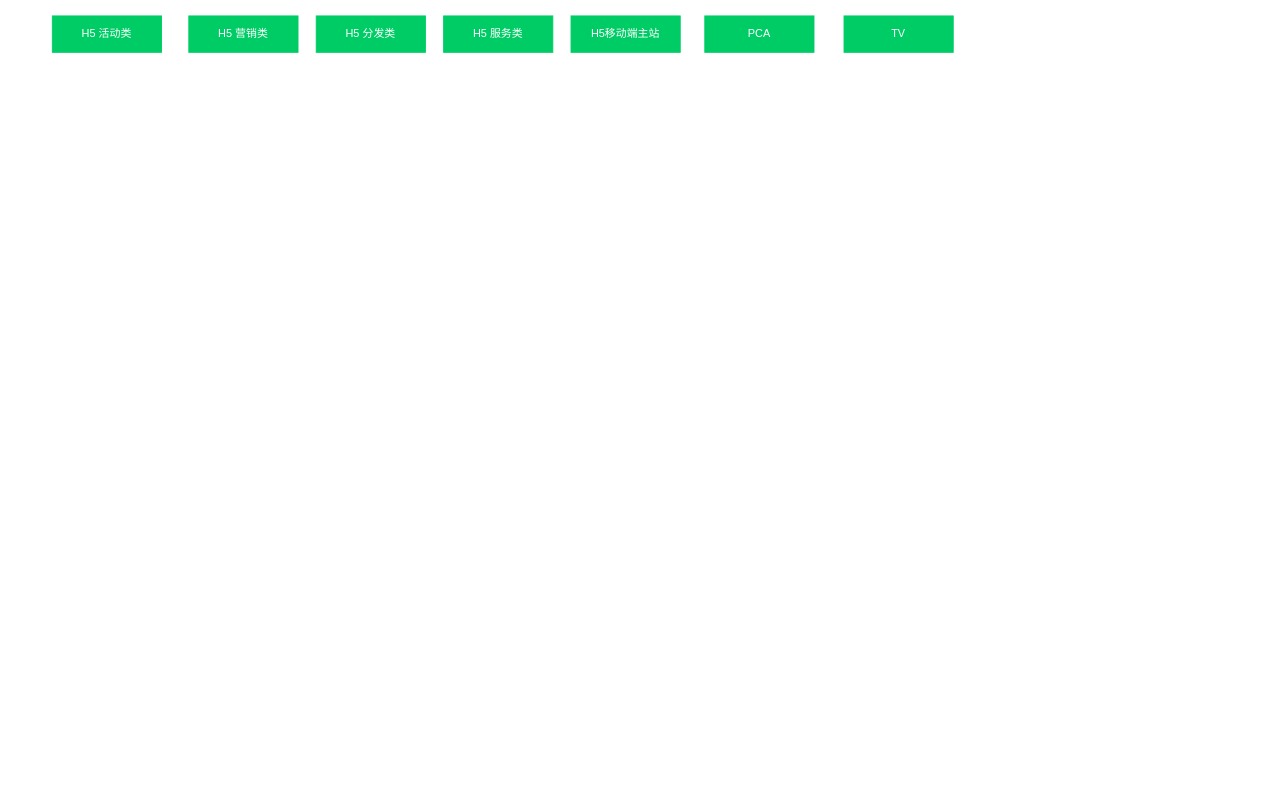
fedorjia/draw-io-files keeps this draw.io diagram as Untitled Diagram.drawio. Above is the earlier version. Source tidied: cells renumbered, new cells numbered last; positions are measured from the earlier drawing's top-left corner, leaving out a move shared by most shapes. Both pictures are drawn from the tidied source at 91%, with x=0, y=0 at pixel (52, 15).
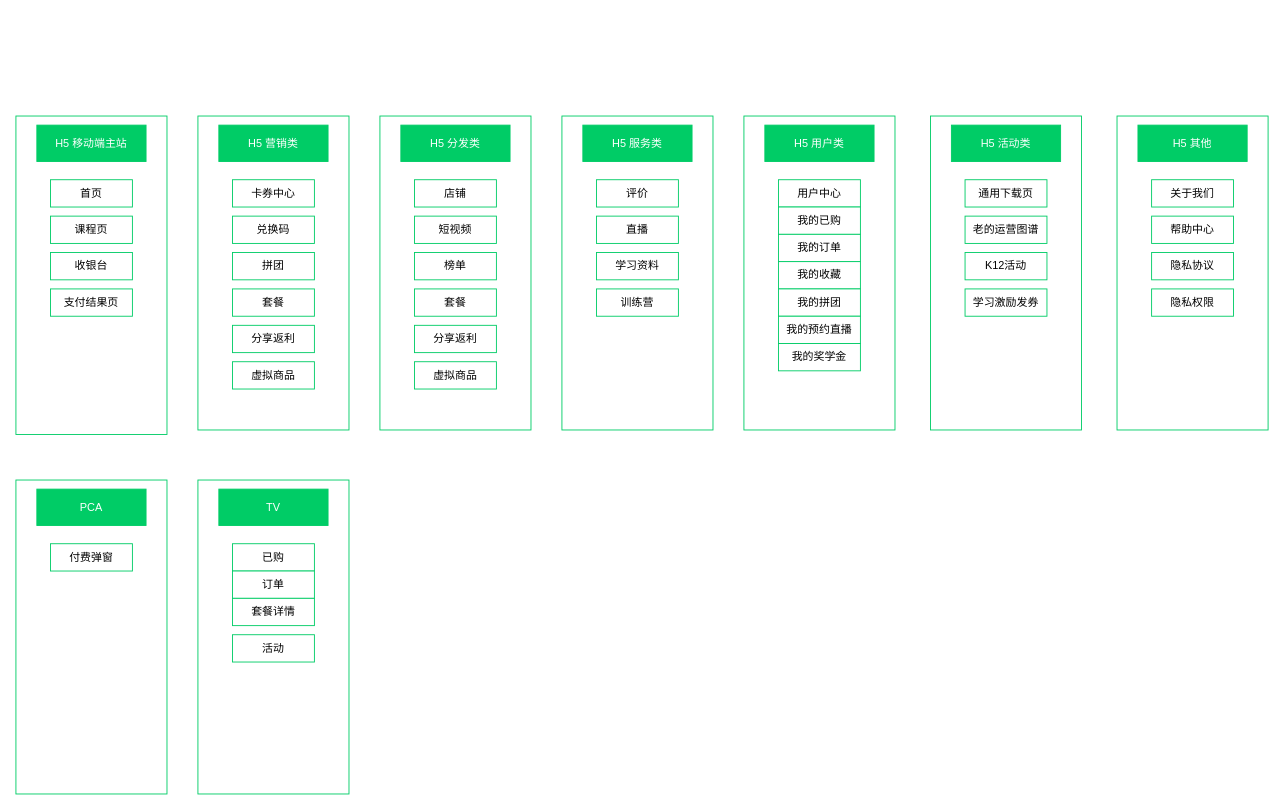
The same page after the edit.

Diff of the diagram source:
```diff
@@
+    <mxCell id="9" style="rounded=0;whiteSpace=wrap;html=1;strokeColor=#00CC66;fillColor=#FFFFFF;" parent="1" vertex="1">
+      <mxGeometry x="-40" y="110" width="166" height="350" as="geometry" />
+    </mxCell>
-    <mxCell id="2" value="&lt;font color=&quot;#ffffff&quot;&gt;H5 活动类&lt;/font&gt;" style="rounded=0;whiteSpace=wrap;html=1;strokeColor=#00CC66;fillColor=#00CC66;" parent="1" vertex="1">
-      <mxGeometry width="120" height="40" as="geometry" />
+    <mxCell id="2" value="&lt;font color=&quot;#ffffff&quot;&gt;H5 移动端主站&lt;/font&gt;" style="rounded=0;whiteSpace=wrap;html=1;strokeColor=#00CC66;fillColor=#00CC66;" parent="1" vertex="1">
+      <mxGeometry x="-17" y="120" width="120" height="40" as="geometry" />
     </mxCell>
+    <mxCell id="10" style="rounded=0;whiteSpace=wrap;html=1;strokeColor=#00CC66;fillColor=#FFFFFF;" parent="1" vertex="1">
+      <mxGeometry x="160" y="110" width="166" height="345" as="geometry" />
+    </mxCell>
-    <mxCell id="3" value="&lt;font color=&quot;#ffffff&quot;&gt;H5 营销类&lt;/font&gt;" style="rounded=0;whiteSpace=wrap;html=1;strokeColor=#00CC66;fillColor=#00CC66;" parent="1" vertex="1">
-      <mxGeometry x="150" width="120" height="40" as="geometry" />
+    <mxCell id="3" value="&lt;span style=&quot;color: rgb(255 , 255 , 255)&quot;&gt;H5 营销类&lt;/span&gt;" style="rounded=0;whiteSpace=wrap;html=1;strokeColor=#00CC66;fillColor=#00CC66;" parent="1" vertex="1">
+      <mxGeometry x="183" y="120" width="120" height="40" as="geometry" />
     </mxCell>
+    <mxCell id="11" value="卡券中心" style="rounded=0;whiteSpace=wrap;html=1;strokeColor=#00CC66;fillColor=#FFFFFF;" parent="1" vertex="1">
+      <mxGeometry x="198" y="180" width="90" height="30" as="geometry" />
+    </mxCell>
+    <mxCell id="12" value="兑换码" style="rounded=0;whiteSpace=wrap;html=1;strokeColor=#00CC66;fillColor=#FFFFFF;" parent="1" vertex="1">
+      <mxGeometry x="198" y="220" width="90" height="30" as="geometry" />
+    </mxCell>
+    <mxCell id="13" value="拼团" style="rounded=0;whiteSpace=wrap;html=1;strokeColor=#00CC66;fillColor=#FFFFFF;" parent="1" vertex="1">
+      <mxGeometry x="198" y="260" width="90" height="30" as="geometry" />
+    </mxCell>
+    <mxCell id="14" value="套餐" style="rounded=0;whiteSpace=wrap;html=1;strokeColor=#00CC66;fillColor=#FFFFFF;" parent="1" vertex="1">
+      <mxGeometry x="198" y="300" width="90" height="30" as="geometry" />
+    </mxCell>
+    <mxCell id="15" value="分享返利" style="rounded=0;whiteSpace=wrap;html=1;strokeColor=#00CC66;fillColor=#FFFFFF;" parent="1" vertex="1">
+      <mxGeometry x="198" y="340" width="90" height="30" as="geometry" />
+    </mxCell>
+    <mxCell id="16" value="虚拟商品" style="rounded=0;whiteSpace=wrap;html=1;strokeColor=#00CC66;fillColor=#FFFFFF;" parent="1" vertex="1">
+      <mxGeometry x="198" y="380" width="90" height="30" as="geometry" />
+    </mxCell>
+    <mxCell id="17" style="rounded=0;whiteSpace=wrap;html=1;strokeColor=#00CC66;fillColor=#FFFFFF;" parent="1" vertex="1">
+      <mxGeometry x="360" y="110" width="166" height="345" as="geometry" />
+    </mxCell>
-    <mxCell id="4" value="&lt;font color=&quot;#ffffff&quot;&gt;H5 分发类&lt;/font&gt;" style="rounded=0;whiteSpace=wrap;html=1;strokeColor=#00CC66;fillColor=#00CC66;" parent="1" vertex="1">
-      <mxGeometry x="290" width="120" height="40" as="geometry" />
+    <mxCell id="4" value="&lt;span style=&quot;color: rgb(255 , 255 , 255)&quot;&gt;H5 分发类&lt;/span&gt;" style="rounded=0;whiteSpace=wrap;html=1;strokeColor=#00CC66;fillColor=#00CC66;" parent="1" vertex="1">
+      <mxGeometry x="383" y="120" width="120" height="40" as="geometry" />
     </mxCell>
+    <mxCell id="18" value="店铺" style="rounded=0;whiteSpace=wrap;html=1;strokeColor=#00CC66;fillColor=#FFFFFF;" parent="1" vertex="1">
+      <mxGeometry x="398" y="180" width="90" height="30" as="geometry" />
+    </mxCell>
+    <mxCell id="19" value="短视频" style="rounded=0;whiteSpace=wrap;html=1;strokeColor=#00CC66;fillColor=#FFFFFF;" parent="1" vertex="1">
+      <mxGeometry x="398" y="220" width="90" height="30" as="geometry" />
+    </mxCell>
+    <mxCell id="20" value="榜单" style="rounded=0;whiteSpace=wrap;html=1;strokeColor=#00CC66;fillColor=#FFFFFF;" parent="1" vertex="1">
+      <mxGeometry x="398" y="260" width="90" height="30" as="geometry" />
+    </mxCell>
+    <mxCell id="21" value="套餐" style="rounded=0;whiteSpace=wrap;html=1;strokeColor=#00CC66;fillColor=#FFFFFF;" parent="1" vertex="1">
+      <mxGeometry x="398" y="300" width="90" height="30" as="geometry" />
+    </mxCell>
+    <mxCell id="22" value="分享返利" style="rounded=0;whiteSpace=wrap;html=1;strokeColor=#00CC66;fillColor=#FFFFFF;" parent="1" vertex="1">
+      <mxGeometry x="398" y="340" width="90" height="30" as="geometry" />
+    </mxCell>
+    <mxCell id="23" value="虚拟商品" style="rounded=0;whiteSpace=wrap;html=1;strokeColor=#00CC66;fillColor=#FFFFFF;" parent="1" vertex="1">
+      <mxGeometry x="398" y="380" width="90" height="30" as="geometry" />
+    </mxCell>
+    <mxCell id="24" style="rounded=0;whiteSpace=wrap;html=1;strokeColor=#00CC66;fillColor=#FFFFFF;" parent="1" vertex="1">
+      <mxGeometry x="1170" y="110" width="166" height="345" as="geometry" />
+    </mxCell>
+    <mxCell id="25" value="&lt;span style=&quot;color: rgb(255 , 255 , 255)&quot;&gt;H5 其他&lt;/span&gt;" style="rounded=0;whiteSpace=wrap;html=1;strokeColor=#00CC66;fillColor=#00CC66;" parent="1" vertex="1">
+      <mxGeometry x="1193" y="120" width="120" height="40" as="geometry" />
+    </mxCell>
+    <mxCell id="26" value="关于我们" style="rounded=0;whiteSpace=wrap;html=1;strokeColor=#00CC66;fillColor=#FFFFFF;" parent="1" vertex="1">
+      <mxGeometry x="1208" y="180" width="90" height="30" as="geometry" />
+    </mxCell>
+    <mxCell id="27" value="帮助中心" style="rounded=0;whiteSpace=wrap;html=1;strokeColor=#00CC66;fillColor=#FFFFFF;" parent="1" vertex="1">
+      <mxGeometry x="1208" y="220" width="90" height="30" as="geometry" />
+    </mxCell>
+    <mxCell id="28" value="隐私协议" style="rounded=0;whiteSpace=wrap;html=1;strokeColor=#00CC66;fillColor=#FFFFFF;" parent="1" vertex="1">
+      <mxGeometry x="1208" y="260" width="90" height="30" as="geometry" />
+    </mxCell>
+    <mxCell id="29" value="隐私权限" style="rounded=0;whiteSpace=wrap;html=1;strokeColor=#00CC66;fillColor=#FFFFFF;" parent="1" vertex="1">
+      <mxGeometry x="1208" y="300" width="90" height="30" as="geometry" />
+    </mxCell>
+    <mxCell id="30" style="rounded=0;whiteSpace=wrap;html=1;strokeColor=#00CC66;fillColor=#FFFFFF;" parent="1" vertex="1">
+      <mxGeometry x="560" y="110" width="166" height="345" as="geometry" />
+    </mxCell>
-    <mxCell id="5" value="&lt;font color=&quot;#ffffff&quot;&gt;H5 服务类&lt;/font&gt;" style="rounded=0;whiteSpace=wrap;html=1;strokeColor=#00CC66;fillColor=#00CC66;" parent="1" vertex="1">
-      <mxGeometry x="430" width="120" height="40" as="geometry" />
+    <mxCell id="5" value="&lt;span style=&quot;color: rgb(255 , 255 , 255)&quot;&gt;H5 服务类&lt;/span&gt;" style="rounded=0;whiteSpace=wrap;html=1;strokeColor=#00CC66;fillColor=#00CC66;" parent="1" vertex="1">
+      <mxGeometry x="583" y="120" width="120" height="40" as="geometry" />
     </mxCell>
-    <mxCell id="6" value="&lt;font color=&quot;#ffffff&quot;&gt;H5移动端主站&lt;/font&gt;" style="rounded=0;whiteSpace=wrap;html=1;strokeColor=#00CC66;fillColor=#00CC66;" parent="1" vertex="1">
-      <mxGeometry x="570" width="120" height="40" as="geometry" />
-    </mxCell>
+    <mxCell id="31" value="评价" style="rounded=0;whiteSpace=wrap;html=1;strokeColor=#00CC66;fillColor=#FFFFFF;" parent="1" vertex="1">
+      <mxGeometry x="598" y="180" width="90" height="30" as="geometry" />
+    </mxCell>
+    <mxCell id="32" value="直播" style="rounded=0;whiteSpace=wrap;html=1;strokeColor=#00CC66;fillColor=#FFFFFF;" parent="1" vertex="1">
+      <mxGeometry x="598" y="220" width="90" height="30" as="geometry" />
+    </mxCell>
+    <mxCell id="33" value="学习资料" style="rounded=0;whiteSpace=wrap;html=1;strokeColor=#00CC66;fillColor=#FFFFFF;" parent="1" vertex="1">
+      <mxGeometry x="598" y="260" width="90" height="30" as="geometry" />
+    </mxCell>
+    <mxCell id="34" value="训练营" style="rounded=0;whiteSpace=wrap;html=1;strokeColor=#00CC66;fillColor=#FFFFFF;" parent="1" vertex="1">
+      <mxGeometry x="598" y="300" width="90" height="30" as="geometry" />
+    </mxCell>
+    <mxCell id="35" style="rounded=0;whiteSpace=wrap;html=1;strokeColor=#00CC66;fillColor=#FFFFFF;" parent="1" vertex="1">
+      <mxGeometry x="760" y="110" width="166" height="345" as="geometry" />
+    </mxCell>
+    <mxCell id="36" value="&lt;span style=&quot;color: rgb(255 , 255 , 255)&quot;&gt;H5 用户类&lt;/span&gt;" style="rounded=0;whiteSpace=wrap;html=1;strokeColor=#00CC66;fillColor=#00CC66;" parent="1" vertex="1">
+      <mxGeometry x="783" y="120" width="120" height="40" as="geometry" />
+    </mxCell>
+    <mxCell id="37" value="用户中心" style="rounded=0;whiteSpace=wrap;html=1;strokeColor=#00CC66;fillColor=#FFFFFF;" parent="1" vertex="1">
+      <mxGeometry x="798" y="180" width="90" height="30" as="geometry" />
+    </mxCell>
+    <mxCell id="38" value="我的已购" style="rounded=0;whiteSpace=wrap;html=1;strokeColor=#00CC66;fillColor=#FFFFFF;" parent="1" vertex="1">
+      <mxGeometry x="798" y="210" width="90" height="30" as="geometry" />
+    </mxCell>
+    <mxCell id="39" value="我的订单" style="rounded=0;whiteSpace=wrap;html=1;strokeColor=#00CC66;fillColor=#FFFFFF;" parent="1" vertex="1">
+      <mxGeometry x="798" y="240" width="90" height="30" as="geometry" />
+    </mxCell>
+    <mxCell id="40" value="我的收藏" style="rounded=0;whiteSpace=wrap;html=1;strokeColor=#00CC66;fillColor=#FFFFFF;" parent="1" vertex="1">
+      <mxGeometry x="798" y="270" width="90" height="30" as="geometry" />
+    </mxCell>
+    <mxCell id="41" value="我的拼团" style="rounded=0;whiteSpace=wrap;html=1;strokeColor=#00CC66;fillColor=#FFFFFF;" parent="1" vertex="1">
+      <mxGeometry x="798" y="300" width="90" height="30" as="geometry" />
+    </mxCell>
+    <mxCell id="42" value="我的预约直播" style="rounded=0;whiteSpace=wrap;html=1;strokeColor=#00CC66;fillColor=#FFFFFF;" parent="1" vertex="1">
+      <mxGeometry x="798" y="330" width="90" height="30" as="geometry" />
+    </mxCell>
+    <mxCell id="43" value="我的奖学金" style="rounded=0;whiteSpace=wrap;html=1;strokeColor=#00CC66;fillColor=#FFFFFF;" parent="1" vertex="1">
+      <mxGeometry x="798" y="360" width="90" height="30" as="geometry" />
+    </mxCell>
+    <mxCell id="44" style="rounded=0;whiteSpace=wrap;html=1;strokeColor=#00CC66;fillColor=#FFFFFF;" parent="1" vertex="1">
+      <mxGeometry x="965" y="110" width="166" height="345" as="geometry" />
+    </mxCell>
+    <mxCell id="45" value="&lt;span style=&quot;color: rgb(255 , 255 , 255)&quot;&gt;H5 活动类&lt;/span&gt;" style="rounded=0;whiteSpace=wrap;html=1;strokeColor=#00CC66;fillColor=#00CC66;" parent="1" vertex="1">
+      <mxGeometry x="988" y="120" width="120" height="40" as="geometry" />
+    </mxCell>
+    <mxCell id="46" value="首页" style="rounded=0;whiteSpace=wrap;html=1;strokeColor=#00CC66;fillColor=#FFFFFF;" parent="1" vertex="1">
+      <mxGeometry x="-2" y="180" width="90" height="30" as="geometry" />
+    </mxCell>
+    <mxCell id="47" value="课程页" style="rounded=0;whiteSpace=wrap;html=1;strokeColor=#00CC66;fillColor=#FFFFFF;" parent="1" vertex="1">
+      <mxGeometry x="-2" y="220" width="90" height="30" as="geometry" />
+    </mxCell>
+    <mxCell id="48" value="收银台" style="rounded=0;whiteSpace=wrap;html=1;strokeColor=#00CC66;fillColor=#FFFFFF;" parent="1" vertex="1">
+      <mxGeometry x="-2" y="260" width="90" height="30" as="geometry" />
+    </mxCell>
+    <mxCell id="49" value="支付结果页" style="rounded=0;whiteSpace=wrap;html=1;strokeColor=#00CC66;fillColor=#FFFFFF;" parent="1" vertex="1">
+      <mxGeometry x="-2" y="300" width="90" height="30" as="geometry" />
+    </mxCell>
+    <mxCell id="50" style="rounded=0;whiteSpace=wrap;html=1;strokeColor=#00CC66;fillColor=#FFFFFF;" parent="1" vertex="1">
+      <mxGeometry x="-40" y="510" width="166" height="345" as="geometry" />
+    </mxCell>
-    <mxCell id="7" value="&lt;font color=&quot;#ffffff&quot;&gt;PCA&lt;/font&gt;" style="rounded=0;whiteSpace=wrap;html=1;strokeColor=#00CC66;fillColor=#00CC66;" parent="1" vertex="1">
-      <mxGeometry x="717" width="120" height="40" as="geometry" />
+    <mxCell id="7" value="&lt;span style=&quot;color: rgb(255 , 255 , 255)&quot;&gt;PCA&lt;/span&gt;" style="rounded=0;whiteSpace=wrap;html=1;strokeColor=#00CC66;fillColor=#00CC66;" parent="1" vertex="1">
+      <mxGeometry x="-17" y="520" width="120" height="40" as="geometry" />
     </mxCell>
+    <mxCell id="51" value="付费弹窗" style="rounded=0;whiteSpace=wrap;html=1;strokeColor=#00CC66;fillColor=#FFFFFF;" parent="1" vertex="1">
+      <mxGeometry x="-2" y="580" width="90" height="30" as="geometry" />
+    </mxCell>
+    <mxCell id="52" style="rounded=0;whiteSpace=wrap;html=1;strokeColor=#00CC66;fillColor=#FFFFFF;" parent="1" vertex="1">
+      <mxGeometry x="160" y="510" width="166" height="345" as="geometry" />
+    </mxCell>
-    <mxCell id="8" value="&lt;font color=&quot;#ffffff&quot;&gt;TV&lt;/font&gt;" style="rounded=0;whiteSpace=wrap;html=1;strokeColor=#00CC66;fillColor=#00CC66;" parent="1" vertex="1">
-      <mxGeometry x="870" width="120" height="40" as="geometry" />
+    <mxCell id="8" value="&lt;span style=&quot;color: rgb(255 , 255 , 255)&quot;&gt;TV&lt;/span&gt;" style="rounded=0;whiteSpace=wrap;html=1;strokeColor=#00CC66;fillColor=#00CC66;" parent="1" vertex="1">
+      <mxGeometry x="183" y="520" width="120" height="40" as="geometry" />
     </mxCell>
+    <mxCell id="53" value="已购" style="rounded=0;whiteSpace=wrap;html=1;strokeColor=#00CC66;fillColor=#FFFFFF;" parent="1" vertex="1">
+      <mxGeometry x="198" y="580" width="90" height="30" as="geometry" />
+    </mxCell>
+    <mxCell id="54" value="活动" style="rounded=0;whiteSpace=wrap;html=1;strokeColor=#00CC66;fillColor=#FFFFFF;" parent="1" vertex="1">
+      <mxGeometry x="198" y="680" width="90" height="30" as="geometry" />
+    </mxCell>
+    <mxCell id="55" value="订单" style="rounded=0;whiteSpace=wrap;html=1;strokeColor=#00CC66;fillColor=#FFFFFF;" parent="1" vertex="1">
+      <mxGeometry x="198" y="610" width="90" height="30" as="geometry" />
+    </mxCell>
+    <mxCell id="56" value="套餐详情" style="rounded=0;whiteSpace=wrap;html=1;strokeColor=#00CC66;fillColor=#FFFFFF;" parent="1" vertex="1">
+      <mxGeometry x="198" y="640" width="90" height="30" as="geometry" />
+    </mxCell>
+    <mxCell id="57" value="通用下载页" style="rounded=0;whiteSpace=wrap;html=1;strokeColor=#00CC66;fillColor=#FFFFFF;" parent="1" vertex="1">
+      <mxGeometry x="1003" y="180" width="90" height="30" as="geometry" />
+    </mxCell>
+    <mxCell id="58" value="老的运营图谱" style="rounded=0;whiteSpace=wrap;html=1;strokeColor=#00CC66;fillColor=#FFFFFF;" parent="1" vertex="1">
+      <mxGeometry x="1003" y="220" width="90" height="30" as="geometry" />
+    </mxCell>
+    <mxCell id="59" value="K12活动" style="rounded=0;whiteSpace=wrap;html=1;strokeColor=#00CC66;fillColor=#FFFFFF;" parent="1" vertex="1">
+      <mxGeometry x="1003" y="260" width="90" height="30" as="geometry" />
+    </mxCell>
+    <mxCell id="60" value="学习激励发券" style="rounded=0;whiteSpace=wrap;html=1;strokeColor=#00CC66;fillColor=#FFFFFF;" parent="1" vertex="1">
+      <mxGeometry x="1003" y="300" width="90" height="30" as="geometry" />
+    </mxCell>
```
